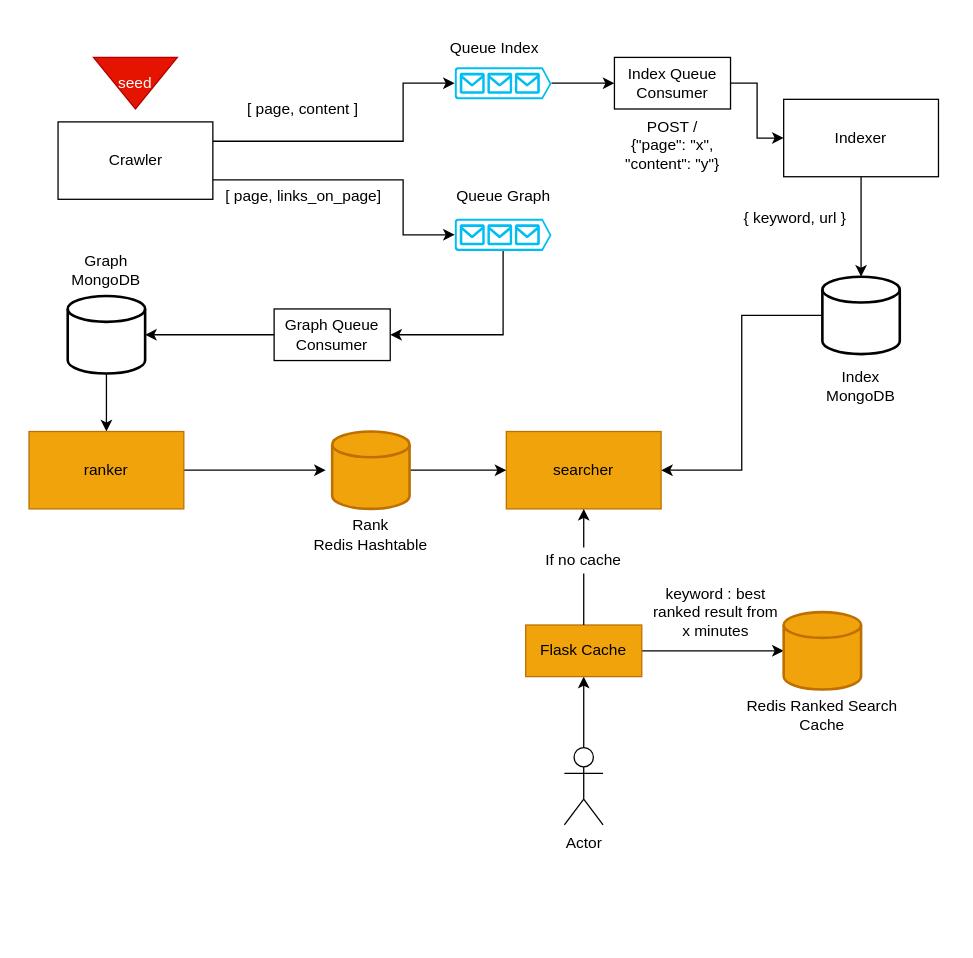
Above: search-engine.drawio in lariskovski/search-engine (draw.io), before the change. Source tidied: cells renumbered, new cells numbered last; positions are measured from the earlier drawing's top-left corner, leaving out a move shared by most shapes. Both pictures are drawn from the tidied source at 129%, with x=0, y=0 at pixel (22, 28).
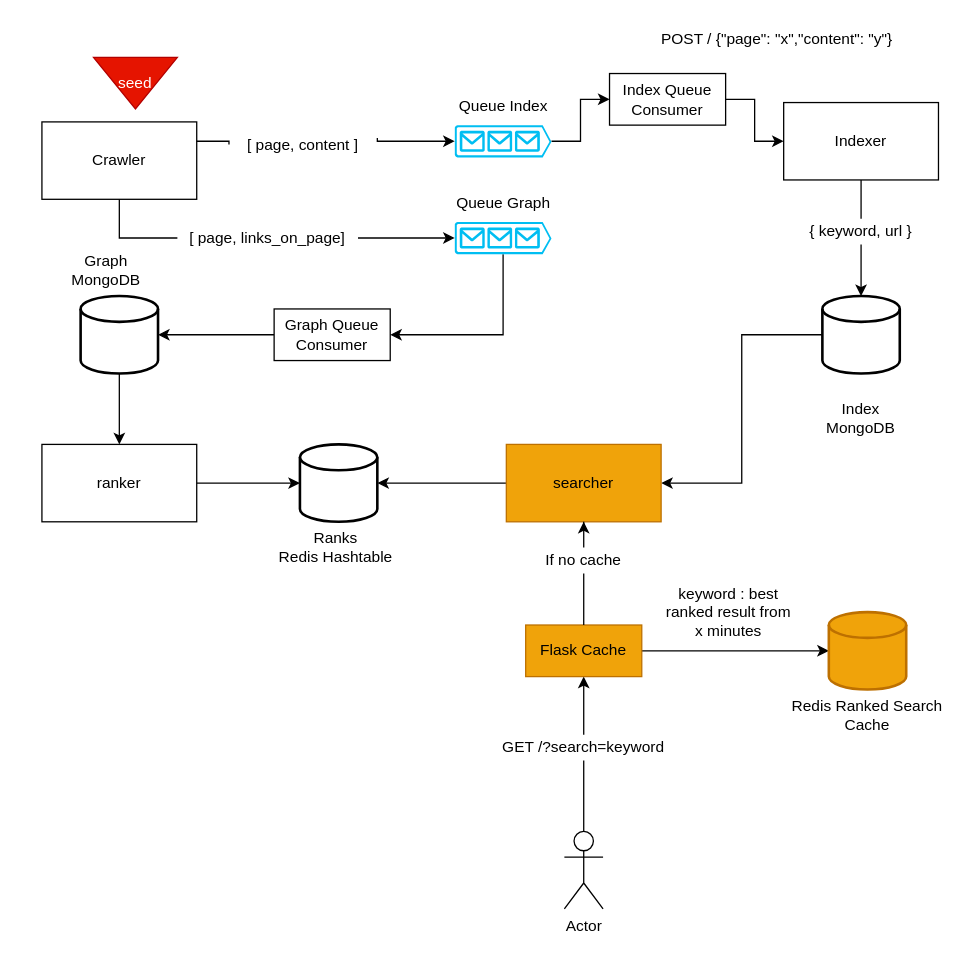
After the change.

Commit message:
Adjusts drawing

Unchanged cells that the change refers to:
```xml
<mxCell id="36" value="Flask Cache" style="rounded=0;whiteSpace=wrap;html=1;fillColor=#f0a30a;strokeColor=#BD7000;fontColor=#000000;" parent="1" vertex="1">
  <mxGeometry x="390" y="462" width="90" height="40" as="geometry" />
</mxCell>
```

What changed in the source:
```diff
@@
-    <mxCell id="2" style="edgeStyle=orthogonalEdgeStyle;rounded=0;jettySize=auto;html=1;exitX=1;exitY=0.25;exitDx=0;exitDy=0;entryX=0;entryY=0.5;entryDx=0;entryDy=0;entryPerimeter=0;" parent="1" edge="1" source="4" target="6">
+    <mxCell id="2" style="edgeStyle=orthogonalEdgeStyle;rounded=0;jettySize=auto;html=1;exitX=1;exitY=0.25;exitDx=0;exitDy=0;entryX=0;entryY=0.5;entryDx=0;entryDy=0;entryPerimeter=0;startArrow=none;" parent="1" edge="1" source="10" target="6">
       <mxGeometry relative="1" as="geometry">
         <Array as="points">
-          <mxPoint x="295" y="87" />
-          <mxPoint x="295" y="42" />
+          <mxPoint x="275" y="87" />
+          <mxPoint x="335" y="87" />
         </Array>
       </mxGeometry>
     </mxCell>
-    <mxCell id="3" style="edgeStyle=orthogonalEdgeStyle;rounded=0;jettySize=auto;html=1;exitX=1;exitY=0.75;exitDx=0;exitDy=0;entryX=0;entryY=0.5;entryDx=0;entryDy=0;entryPerimeter=0;" parent="1" edge="1" source="4" target="43">
-      <mxGeometry relative="1" as="geometry">
-        <Array as="points">
-          <mxPoint x="295" y="117" />
-          <mxPoint x="295" y="160" />
-        </Array>
-      </mxGeometry>
-    </mxCell>
     <mxCell id="4" value="Crawler" style="rounded=0;whiteSpace=wrap;html=1;" parent="1" vertex="1">
-      <mxGeometry x="27.5" y="72" width="120" height="60" as="geometry" />
+      <mxGeometry x="15" y="72" width="120" height="60" as="geometry" />
     </mxCell>
@@
     <mxCell id="6" style="verticalLabelPosition=bottom;html=1;verticalAlign=top;align=center;strokeColor=none;fillColor=#00BEF2;shape=mxgraph.azure.queue_generic;" parent="1" vertex="1">
-      <mxGeometry x="335" y="29.5" width="75" height="25" as="geometry" />
+      <mxGeometry x="335" y="74.5" width="75" height="25" as="geometry" />
     </mxCell>
@@
     <mxCell id="8" style="strokeWidth=2;html=1;shape=mxgraph.flowchart.database;whiteSpace=wrap;" parent="1" vertex="1">
-      <mxGeometry x="35" y="207" width="60" height="60" as="geometry" />
+      <mxGeometry x="45" y="207" width="60" height="60" as="geometry" />
     </mxCell>
     <mxCell id="9" value="Queue Index" style="text;html=1;strokeColor=none;fillColor=none;align=center;verticalAlign=middle;whiteSpace=wrap;rounded=0;" parent="1" vertex="1">
-      <mxGeometry x="301.2" y="-0.5" width="130" height="30" as="geometry" />
+      <mxGeometry x="307.5" y="44.5" width="130" height="30" as="geometry" />
     </mxCell>
-    <mxCell id="10" value="[ page, content ]" style="text;html=1;strokeColor=none;fillColor=none;align=center;verticalAlign=middle;whiteSpace=wrap;rounded=0;" parent="1" vertex="1">
-      <mxGeometry x="160" y="52" width="115" height="20" as="geometry" />
-    </mxCell>
@@
-    <mxCell id="12" style="edgeStyle=orthogonalEdgeStyle;rounded=0;jettySize=auto;html=1;entryX=0.5;entryY=0;entryDx=0;entryDy=0;entryPerimeter=0;" parent="1" edge="1" source="13" target="16">
+    <mxCell id="12" style="edgeStyle=orthogonalEdgeStyle;rounded=0;jettySize=auto;html=1;entryX=0.5;entryY=0;entryDx=0;entryDy=0;entryPerimeter=0;startArrow=none;" parent="1" edge="1" source="18" target="16">
       <mxGeometry relative="1" as="geometry" />
     </mxCell>
     <mxCell id="13" value="Indexer" style="rounded=0;whiteSpace=wrap;html=1;" parent="1" vertex="1">
-      <mxGeometry x="590" y="54.5" width="120" height="60" as="geometry" />
+      <mxGeometry x="590" y="57" width="120" height="60" as="geometry" />
     </mxCell>
-    <mxCell id="14" value="[ page, links_on_page]" style="text;html=1;strokeColor=none;fillColor=none;align=center;verticalAlign=middle;whiteSpace=wrap;rounded=0;" parent="1" vertex="1">
-      <mxGeometry x="147.5" y="119.5" width="140" height="20" as="geometry" />
-    </mxCell>
@@
     <mxCell id="16" style="strokeWidth=2;html=1;shape=mxgraph.flowchart.database;whiteSpace=wrap;" parent="1" vertex="1">
-      <mxGeometry x="620" y="192" width="60" height="60" as="geometry" />
+      <mxGeometry x="620" y="207" width="60" height="60" as="geometry" />
     </mxCell>
     <mxCell id="17" value="Index&lt;br&gt;MongoDB" style="text;html=1;strokeColor=none;fillColor=none;align=center;verticalAlign=middle;whiteSpace=wrap;rounded=0;" parent="1" vertex="1">
-      <mxGeometry x="585" y="257" width="130" height="40" as="geometry" />
+      <mxGeometry x="585" y="282" width="130" height="40" as="geometry" />
     </mxCell>
-    <mxCell id="18" value="{ keyword, url }" style="text;html=1;strokeColor=none;fillColor=none;align=center;verticalAlign=middle;whiteSpace=wrap;rounded=0;" parent="1" vertex="1">
-      <mxGeometry x="548.8" y="137" width="100" height="20" as="geometry" />
-    </mxCell>
-    <mxCell id="19" style="edgeStyle=orthogonalEdgeStyle;rounded=0;jettySize=auto;html=1;startArrow=none;startFill=0;strokeWidth=1;" parent="1" edge="1" source="20">
-      <mxGeometry relative="1" as="geometry">
-        <mxPoint x="235" y="342" as="targetPoint" />
-      </mxGeometry>
+    <mxCell id="19" style="edgeStyle=orthogonalEdgeStyle;rounded=0;jettySize=auto;html=1;startArrow=none;startFill=0;strokeWidth=1;entryX=0;entryY=0.5;entryDx=0;entryDy=0;entryPerimeter=0;" parent="1" edge="1" source="20" target="28">
+      <mxGeometry relative="1" as="geometry" />
     </mxCell>
-    <mxCell id="20" value="ranker" style="rounded=0;whiteSpace=wrap;html=1;fillColor=#f0a30a;strokeColor=#BD7000;fontColor=#000000;" parent="1" vertex="1">
-      <mxGeometry x="5" y="312" width="120" height="60" as="geometry" />
+    <mxCell id="20" value="ranker" style="rounded=0;whiteSpace=wrap;html=1;" parent="1" vertex="1">
+      <mxGeometry x="15" y="322" width="120" height="60" as="geometry" />
     </mxCell>
@@
     <mxCell id="22" value="Queue Graph" style="text;html=1;strokeColor=none;fillColor=none;align=center;verticalAlign=middle;whiteSpace=wrap;rounded=0;" parent="1" vertex="1">
-      <mxGeometry x="307.5" y="112" width="130" height="35" as="geometry" />
+      <mxGeometry x="307.5" y="117" width="130" height="35" as="geometry" />
     </mxCell>
+    <mxCell id="44" style="edgeStyle=orthogonalEdgeStyle;rounded=0;jettySize=auto;html=1;entryX=1;entryY=0.5;entryDx=0;entryDy=0;entryPerimeter=0;" parent="1" edge="1" source="23" target="28">
+      <mxGeometry relative="1" as="geometry" />
+    </mxCell>
     <mxCell id="23" value="searcher" style="rounded=0;whiteSpace=wrap;html=1;fillColor=#f0a30a;strokeColor=#BD7000;fontColor=#000000;" parent="1" vertex="1">
-      <mxGeometry x="375" y="312" width="120" height="60" as="geometry" />
+      <mxGeometry x="375" y="322" width="120" height="60" as="geometry" />
     </mxCell>
@@
-    <mxCell id="25" style="edgeStyle=orthogonalEdgeStyle;rounded=0;jettySize=auto;html=1;" parent="1" edge="1" source="26" target="36">
+    <mxCell id="25" style="edgeStyle=orthogonalEdgeStyle;rounded=0;jettySize=auto;html=1;startArrow=none;" parent="1" edge="1" source="45" target="36">
       <mxGeometry relative="1" as="geometry" />
     </mxCell>
     <mxCell id="26" value="Actor" style="shape=umlActor;verticalLabelPosition=bottom;verticalAlign=top;html=1;outlineConnect=0;" parent="1" vertex="1">
-      <mxGeometry x="420" y="557" width="30" height="60" as="geometry" />
+      <mxGeometry x="420" y="622" width="30" height="60" as="geometry" />
     </mxCell>
-    <mxCell id="27" style="edgeStyle=orthogonalEdgeStyle;rounded=0;jettySize=auto;html=1;entryX=0;entryY=0.5;entryDx=0;entryDy=0;startArrow=none;startFill=0;strokeWidth=1;" parent="1" edge="1" source="28" target="23">
-      <mxGeometry relative="1" as="geometry" />
-    </mxCell>
-    <mxCell id="28" style="strokeWidth=2;html=1;shape=mxgraph.flowchart.database;whiteSpace=wrap;fillColor=#f0a30a;strokeColor=#BD7000;fontColor=#000000;" parent="1" vertex="1">
-      <mxGeometry x="240" y="312" width="60" height="60" as="geometry" />
+    <mxCell id="28" style="strokeWidth=2;html=1;shape=mxgraph.flowchart.database;whiteSpace=wrap;" parent="1" vertex="1">
+      <mxGeometry x="215" y="322" width="60" height="60" as="geometry" />
     </mxCell>
-    <mxCell id="29" value="Rank&lt;br&gt;Redis Hashtable" style="text;html=1;strokeColor=none;fillColor=none;align=center;verticalAlign=middle;whiteSpace=wrap;rounded=0;" parent="1" vertex="1">
-      <mxGeometry x="205" y="372" width="130" height="40" as="geometry" />
+    <mxCell id="29" value="Ranks&lt;br&gt;Redis Hashtable" style="text;html=1;strokeColor=none;fillColor=none;align=center;verticalAlign=middle;whiteSpace=wrap;rounded=0;" parent="1" vertex="1">
+      <mxGeometry x="177.5" y="382" width="130" height="40" as="geometry" />
     </mxCell>
@@
     <mxCell id="31" value="Index Queue Consumer" style="rounded=0;whiteSpace=wrap;html=1;" parent="1" vertex="1">
-      <mxGeometry x="458.8" y="22" width="90" height="40" as="geometry" />
+      <mxGeometry x="455" y="34.5" width="90" height="40" as="geometry" />
     </mxCell>
-    <mxCell id="32" value="POST /&lt;br&gt;{&quot;page&quot;: &quot;x&quot;,&lt;br&gt;&quot;content&quot;: &quot;y&quot;}" style="text;html=1;strokeColor=none;fillColor=none;align=center;verticalAlign=middle;whiteSpace=wrap;rounded=0;" parent="1" vertex="1">
-      <mxGeometry x="445" y="52" width="117.5" height="75" as="geometry" />
+    <mxCell id="32" value="POST / {&quot;page&quot;: &quot;x&quot;,&quot;content&quot;: &quot;y&quot;}" style="text;html=1;strokeColor=none;fillColor=none;align=center;verticalAlign=middle;whiteSpace=wrap;rounded=0;" parent="1" vertex="1">
+      <mxGeometry x="485" y="-5.5" width="200" height="27.5" as="geometry" />
     </mxCell>
@@
     <mxCell id="37" style="strokeWidth=2;html=1;shape=mxgraph.flowchart.database;whiteSpace=wrap;fillColor=#f0a30a;strokeColor=#BD7000;fontColor=#000000;" parent="1" vertex="1">
-      <mxGeometry x="590" y="452" width="60" height="60" as="geometry" />
+      <mxGeometry x="625" y="452" width="60" height="60" as="geometry" />
     </mxCell>
     <mxCell id="38" value="Redis Ranked Search Cache" style="text;html=1;strokeColor=none;fillColor=none;align=center;verticalAlign=middle;whiteSpace=wrap;rounded=0;" parent="1" vertex="1">
-      <mxGeometry x="555" y="512" width="130" height="40" as="geometry" />
+      <mxGeometry x="590" y="512" width="130" height="40" as="geometry" />
     </mxCell>
     <mxCell id="39" value="keyword : best ranked result from x minutes" style="text;html=1;strokeColor=none;fillColor=none;align=center;verticalAlign=middle;whiteSpace=wrap;rounded=0;" parent="1" vertex="1">
-      <mxGeometry x="485" y="432" width="105" height="40" as="geometry" />
+      <mxGeometry x="495" y="432" width="105" height="40" as="geometry" />
     </mxCell>
@@
     <mxCell id="43" style="verticalLabelPosition=bottom;html=1;verticalAlign=top;align=center;strokeColor=none;fillColor=#00BEF2;shape=mxgraph.azure.queue_generic;" parent="1" vertex="1">
-      <mxGeometry x="335" y="147" width="75" height="25" as="geometry" />
+      <mxGeometry x="335" y="149.5" width="75" height="25" as="geometry" />
     </mxCell>
+    <mxCell id="45" value="GET /?search=keyword" style="text;html=1;strokeColor=none;fillColor=none;align=center;verticalAlign=middle;whiteSpace=wrap;rounded=0;" parent="1" vertex="1">
+      <mxGeometry x="360" y="547" width="150" height="20" as="geometry" />
+    </mxCell>
+    <mxCell id="46" style="edgeStyle=orthogonalEdgeStyle;rounded=0;jettySize=auto;html=1;endArrow=none;" parent="1" edge="1" source="26" target="45">
+      <mxGeometry relative="1" as="geometry" />
+    </mxCell>
+    <mxCell id="47" style="edgeStyle=orthogonalEdgeStyle;rounded=0;orthogonalLoop=1;jettySize=auto;html=1;exitX=0.5;exitY=1;exitDx=0;exitDy=0;" parent="1" edge="1" source="45" target="45">
+      <mxGeometry relative="1" as="geometry" />
+    </mxCell>
+    <mxCell id="18" value="{ keyword, url }" style="text;html=1;strokeColor=none;fillColor=none;align=center;verticalAlign=middle;whiteSpace=wrap;rounded=0;" parent="1" vertex="1">
+      <mxGeometry x="600" y="147" width="100" height="20" as="geometry" />
+    </mxCell>
+    <mxCell id="48" style="edgeStyle=orthogonalEdgeStyle;rounded=0;jettySize=auto;html=1;entryX=0.5;entryY=0;entryDx=0;entryDy=0;entryPerimeter=0;endArrow=none;" parent="1" edge="1" source="13" target="18">
+      <mxGeometry relative="1" as="geometry" />
+    </mxCell>
+    <mxCell id="49" style="edgeStyle=orthogonalEdgeStyle;rounded=0;jettySize=auto;html=1;entryX=0;entryY=0.5;entryDx=0;entryDy=0;entryPerimeter=0;" parent="1" edge="1" source="14" target="43">
+      <mxGeometry relative="1" as="geometry" />
+    </mxCell>
+    <mxCell id="14" value="[ page, links_on_page]" style="text;html=1;strokeColor=none;fillColor=none;align=center;verticalAlign=middle;whiteSpace=wrap;rounded=0;" parent="1" vertex="1">
+      <mxGeometry x="120" y="152" width="140" height="20" as="geometry" />
+    </mxCell>
+    <mxCell id="50" style="edgeStyle=orthogonalEdgeStyle;rounded=0;jettySize=auto;html=1;exitX=0.5;exitY=1;exitDx=0;exitDy=0;entryX=0;entryY=0.5;entryDx=0;entryDy=0;entryPerimeter=0;endArrow=none;" parent="1" edge="1" source="4" target="14">
+      <mxGeometry relative="1" as="geometry" />
+    </mxCell>
+    <mxCell id="10" value="[ page, content ]" style="text;html=1;strokeColor=none;fillColor=none;align=center;verticalAlign=middle;whiteSpace=wrap;rounded=0;" parent="1" vertex="1">
+      <mxGeometry x="160" y="79.5" width="115" height="20" as="geometry" />
+    </mxCell>
+    <mxCell id="51" style="edgeStyle=orthogonalEdgeStyle;rounded=0;jettySize=auto;html=1;exitX=1;exitY=0.25;exitDx=0;exitDy=0;entryX=0;entryY=0.5;entryDx=0;entryDy=0;entryPerimeter=0;endArrow=none;" parent="1" edge="1" source="4" target="10">
+      <mxGeometry relative="1" as="geometry" />
+    </mxCell>
```
